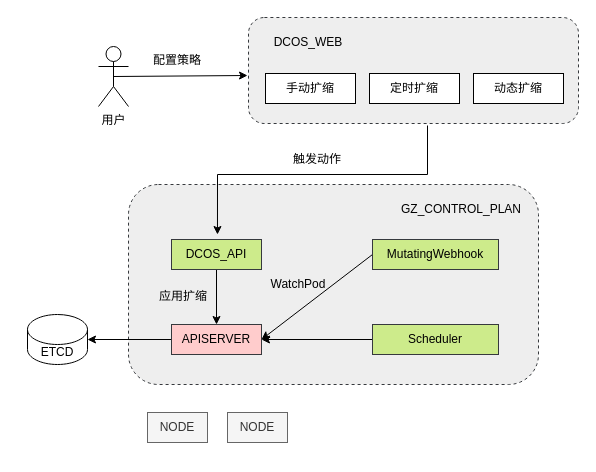
Before: page "第 2 页" (2 of 2) of mixed-cloud-schedule.drawio in Mr-lixh/diagrams, a draw.io diagram. Source tidied: cells renumbered, new cells numbered last; positions are measured from the earlier drawing's top-left corner, leaving out a move shared by most shapes. Both pictures are drawn from the tidied source at 100%, with x=0, y=0 at pixel (27, 17).
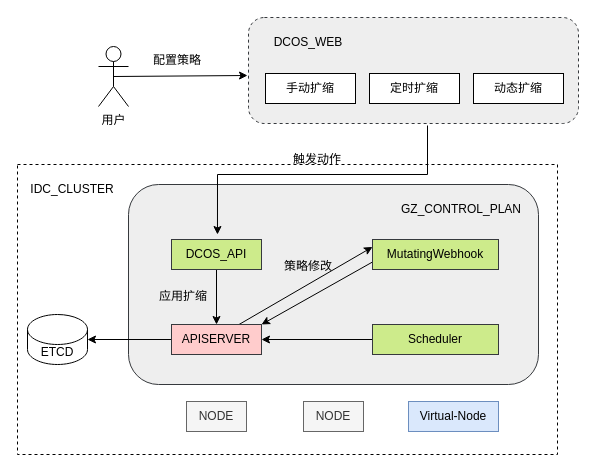
Above is the later version.

Unchanged cells that the change refers to:
```xml
<mxCell id="8" value="APISERVER" style="rounded=0;whiteSpace=wrap;html=1;fillColor=#ffcccc;strokeColor=#36393d;" parent="1" vertex="1">
  <mxGeometry x="144" y="307" width="90" height="30" as="geometry" />
</mxCell>
<mxCell id="15" value="MutatingWebhook" style="rounded=0;whiteSpace=wrap;html=1;fillColor=#cdeb8b;strokeColor=#36393d;" parent="1" vertex="1">
  <mxGeometry x="345" y="222" width="126" height="30" as="geometry" />
</mxCell>
```

What changed in the source:
```diff
@@
+    <mxCell id="27" style="rounded=0;whiteSpace=wrap;html=1;dashed=1;" parent="1" vertex="1">
+      <mxGeometry x="-10" y="147" width="540" height="290" as="geometry" />
+    </mxCell>
@@
-    <mxCell id="5" style="rounded=1;whiteSpace=wrap;html=1;strokeWidth=1;dashed=1;fillColor=#eeeeee;strokeColor=#36393d;" parent="1" vertex="1">
+    <mxCell id="5" style="rounded=1;whiteSpace=wrap;html=1;strokeWidth=1;fillColor=#eeeeee;strokeColor=#36393d;" parent="1" vertex="1">
       <mxGeometry x="101" y="167" width="410" height="200" as="geometry" />
     </mxCell>
@@
+    <mxCell id="28" style="edgeStyle=none;rounded=0;jettySize=auto;html=1;exitX=0.75;exitY=0;exitDx=0;exitDy=0;entryX=0;entryY=0.25;entryDx=0;entryDy=0;" parent="1" edge="1" source="8" target="15">
+      <mxGeometry relative="1" as="geometry" />
+    </mxCell>
@@
     <mxCell id="11" value="NODE" style="rounded=0;whiteSpace=wrap;html=1;fillColor=#f5f5f5;fontColor=#333333;strokeColor=#666666;" parent="1" vertex="1">
-      <mxGeometry x="120" y="395" width="60" height="30" as="geometry" />
+      <mxGeometry x="159" y="384" width="60" height="30" as="geometry" />
     </mxCell>
     <mxCell id="12" value="NODE" style="rounded=0;whiteSpace=wrap;html=1;fillColor=#f5f5f5;fontColor=#333333;strokeColor=#666666;" parent="1" vertex="1">
-      <mxGeometry x="200" y="395" width="60" height="30" as="geometry" />
+      <mxGeometry x="276" y="384" width="60" height="30" as="geometry" />
     </mxCell>
@@
-    <mxCell id="14" style="edgeStyle=none;rounded=0;jettySize=auto;html=1;exitX=0;exitY=0.5;exitDx=0;exitDy=0;entryX=1;entryY=0.5;entryDx=0;entryDy=0;" parent="1" edge="1" source="15" target="8">
+    <mxCell id="14" style="edgeStyle=none;rounded=0;jettySize=auto;html=1;exitX=0;exitY=0.75;exitDx=0;exitDy=0;entryX=1;entryY=0;entryDx=0;entryDy=0;" parent="1" edge="1" source="15" target="8">
       <mxGeometry relative="1" as="geometry" />
     </mxCell>
@@
-    <mxCell id="24" value="WatchPod" style="text;html=1;strokeColor=none;fillColor=none;align=center;verticalAlign=middle;whiteSpace=wrap;rounded=0;" parent="1" vertex="1">
-      <mxGeometry x="241" y="252" width="60" height="30" as="geometry" />
-    </mxCell>
@@
+    <mxCell id="29" value="策略修改" style="text;html=1;strokeColor=none;fillColor=none;align=center;verticalAlign=middle;whiteSpace=wrap;rounded=0;" parent="1" vertex="1">
+      <mxGeometry x="251" y="234" width="60" height="30" as="geometry" />
+    </mxCell>
+    <mxCell id="30" value="Virtual-Node" style="rounded=0;whiteSpace=wrap;html=1;fillColor=#dae8fc;strokeColor=#6c8ebf;" parent="1" vertex="1">
+      <mxGeometry x="381" y="384" width="90" height="30" as="geometry" />
+    </mxCell>
+    <mxCell id="31" value="IDC_CLUSTER" style="text;html=1;strokeColor=none;fillColor=none;align=center;verticalAlign=middle;whiteSpace=wrap;rounded=0;dashed=1;" parent="1" vertex="1">
+      <mxGeometry y="157" width="90" height="30" as="geometry" />
+    </mxCell>
```
